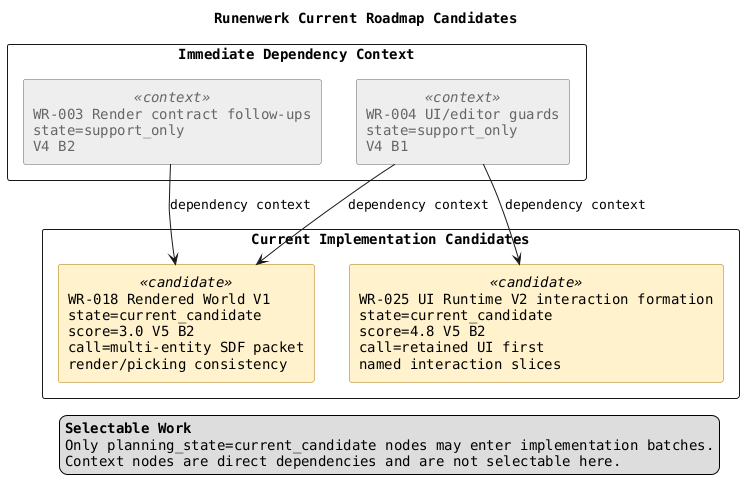
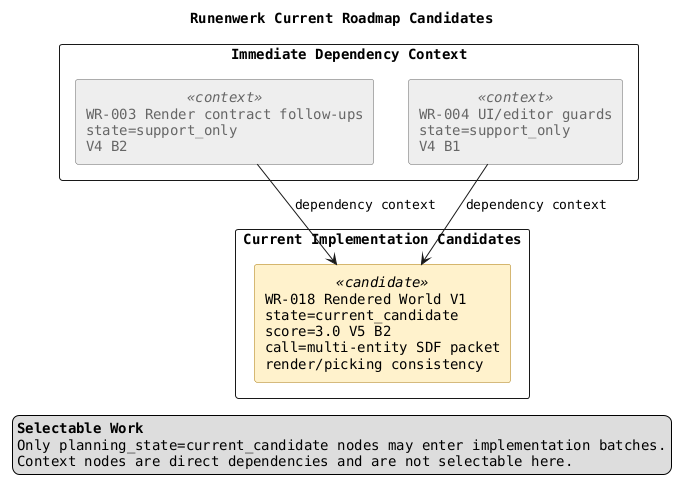
@startuml
title Runenwerk Current Roadmap Candidates

top to bottom direction
skinparam componentStyle rectangle
skinparam shadowing false
skinparam packageStyle rectangle
skinparam defaultFontName Monospaced

skinparam component {
  BackgroundColor<<candidate>> #FFF2CC
  BorderColor<<candidate>> #AA7700
  BackgroundColor<<context>> #EEEEEE
  BorderColor<<context>> #666666
  FontColor<<context>> #666666
}

legend right
  <b>Selectable Work</b>
  Only planning_state=current_candidate nodes may enter implementation batches.
  Context nodes are direct dependencies and are not selectable here.
endlegend

package "Immediate Dependency Context" {
  component "WR-003 Render contract follow-ups\nstate=support_only\nV4 B2" as RENDER <<context>>

  component "WR-004 UI/editor guards\nstate=support_only\nV4 B1" as UIGUARDS <<context>>

}

package "Current Implementation Candidates" {
  component "WR-018 Rendered World V1\nstate=current_candidate\nscore=3.0 V5 B2\ncall=multi-entity SDF packet\nrender/picking consistency" as RENDERWORLD <<candidate>>

-   component "WR-025 UI Runtime V2 interaction formation\nstate=current_candidate\nscore=4.8 V5 B2\ncall=retained UI first\nnamed interaction slices" as UIV2 <<candidate>>
- 
}

RENDER -down-> RENDERWORLD : dependency context
UIGUARDS -down-> RENDERWORLD : dependency context
- UIGUARDS -down-> UIV2 : dependency context

@enduml
